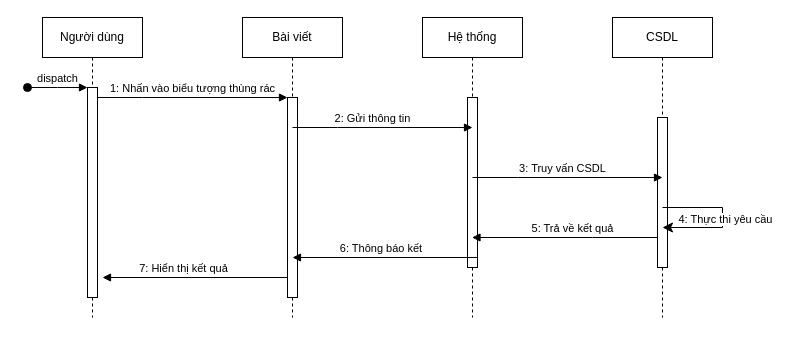
Before: page "Xoá bài" (4 of 7) of Sequence diagram.drawio in Graphene101102/Mern-app-X, a draw.io diagram. Source tidied: cells renumbered, new cells numbered last; positions are measured from the earlier drawing's top-left corner, leaving out a move shared by most shapes. Both pictures are drawn from the tidied source at 100%, with x=0, y=0 at pixel (27, 17).
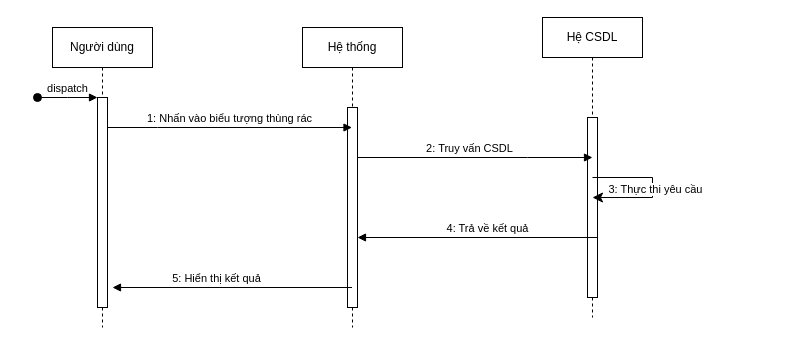
Above is the later version.

The change refers to these unchanged cells:
```xml
<mxCell id="3" style="html=1;points=[];perimeter=orthogonalPerimeter;outlineConnect=0;targetShapes=umlLifeline;portConstraint=eastwest;newEdgeStyle={&quot;edgeStyle&quot;:&quot;elbowEdgeStyle&quot;,&quot;elbow&quot;:&quot;vertical&quot;,&quot;curved&quot;:0,&quot;rounded&quot;:0};" parent="2" vertex="1">
  <mxGeometry x="45" y="70" width="10" height="210" as="geometry" />
</mxCell>
```

Change to the diagram source:
```diff
@@
     <mxCell id="2" value="Người dùng" style="shape=umlLifeline;perimeter=lifelinePerimeter;whiteSpace=wrap;html=1;newEdgeStyle={&quot;edgeStyle&quot;:&quot;elbowEdgeStyle&quot;,&quot;elbow&quot;:&quot;vertical&quot;,&quot;curved&quot;:0,&quot;rounded&quot;:0};size=40;" parent="1" vertex="1">
-      <mxGeometry x="15" width="100" height="300" as="geometry" />
+      <mxGeometry x="25" y="10" width="100" height="300" as="geometry" />
     </mxCell>
@@
-    <mxCell id="5" value="Bài viết" style="shape=umlLifeline;perimeter=lifelinePerimeter;whiteSpace=wrap;html=1;newEdgeStyle={&quot;edgeStyle&quot;:&quot;elbowEdgeStyle&quot;,&quot;elbow&quot;:&quot;vertical&quot;,&quot;curved&quot;:0,&quot;rounded&quot;:0};" parent="1" vertex="1">
-      <mxGeometry x="215" width="100" height="300" as="geometry" />
-    </mxCell>
+    <mxCell id="19" value="Hệ CSDL" style="shape=umlLifeline;perimeter=lifelinePerimeter;whiteSpace=wrap;html=1;newEdgeStyle={&quot;edgeStyle&quot;:&quot;elbowEdgeStyle&quot;,&quot;elbow&quot;:&quot;vertical&quot;,&quot;curved&quot;:0,&quot;rounded&quot;:0};" parent="1" vertex="1">
+      <mxGeometry x="515" width="100" height="300" as="geometry" />
+    </mxCell>
+    <mxCell id="20" style="html=1;perimeter=orthogonalPerimeter;targetShapes=umlLifeline;newEdgeStyle={&quot;edgeStyle&quot;:&quot;elbowEdgeStyle&quot;,&quot;elbow&quot;:&quot;vertical&quot;,&quot;curved&quot;:0,&quot;rounded&quot;:0};" parent="19" vertex="1">
+      <mxGeometry x="45" y="100" width="10" height="180" as="geometry" />
+    </mxCell>
+    <mxCell id="10" value="Hệ thống" style="shape=umlLifeline;perimeter=lifelinePerimeter;whiteSpace=wrap;html=1;outlineConnect=0;portConstraint=eastwest;newEdgeStyle={&quot;edgeStyle&quot;:&quot;elbowEdgeStyle&quot;,&quot;elbow&quot;:&quot;vertical&quot;,&quot;curved&quot;:0,&quot;rounded&quot;:0};" parent="1" vertex="1">
+      <mxGeometry x="275" y="10" width="100" height="300" as="geometry" />
+    </mxCell>
-    <mxCell id="6" style="html=1;points=[];perimeter=orthogonalPerimeter;outlineConnect=0;targetShapes=umlLifeline;portConstraint=eastwest;newEdgeStyle={&quot;edgeStyle&quot;:&quot;elbowEdgeStyle&quot;,&quot;elbow&quot;:&quot;vertical&quot;,&quot;curved&quot;:0,&quot;rounded&quot;:0};" parent="5" vertex="1">
+    <mxCell id="6" style="html=1;points=[];perimeter=orthogonalPerimeter;outlineConnect=0;targetShapes=umlLifeline;portConstraint=eastwest;newEdgeStyle={&quot;edgeStyle&quot;:&quot;elbowEdgeStyle&quot;,&quot;elbow&quot;:&quot;vertical&quot;,&quot;curved&quot;:0,&quot;rounded&quot;:0};" parent="10" vertex="1">
       <mxGeometry x="45" y="80" width="10" height="200" as="geometry" />
     </mxCell>
+    <mxCell id="21" value="4: Trả về kết quả" style="html=1;verticalAlign=bottom;endArrow=block;edgeStyle=elbowEdgeStyle;elbow=vertical;curved=0;rounded=0;" parent="1" edge="1" target="6">
+      <mxGeometry x="-0.08" relative="1" as="geometry">
+        <mxPoint x="570.5" y="220" as="sourcePoint" />
+        <Array as="points">
+          <mxPoint x="505.5" y="220" />
+        </Array>
+      </mxGeometry>
+    </mxCell>
+    <mxCell id="22" value="5: Hiển thị kết quả" style="html=1;verticalAlign=bottom;endArrow=block;edgeStyle=elbowEdgeStyle;elbow=vertical;curved=0;rounded=0;" parent="1" edge="1" source="10">
+      <mxGeometry x="0.14" relative="1" as="geometry">
+        <mxPoint x="85" y="270" as="targetPoint" />
+        <Array as="points">
+          <mxPoint x="205.5" y="270" />
+        </Array>
+        <mxPoint x="1" as="offset" />
+      </mxGeometry>
+    </mxCell>
-    <mxCell id="7" value="1: Nhấn vào biểu tượng thùng rác" style="html=1;verticalAlign=bottom;endArrow=block;edgeStyle=elbowEdgeStyle;elbow=vertical;curved=0;rounded=0;" parent="1" edge="1" source="3" target="6">
+    <mxCell id="7" value="1: Nhấn vào biểu tượng thùng rác" style="html=1;verticalAlign=bottom;endArrow=block;edgeStyle=elbowEdgeStyle;elbow=vertical;curved=0;rounded=0;" parent="1" edge="1" target="10">
       <mxGeometry relative="1" as="geometry">
+        <mxPoint x="80" y="110" as="sourcePoint" />
         <Array as="points">
-          <mxPoint x="115" y="80" />
+          <mxPoint x="130" y="110" />
         </Array>
       </mxGeometry>
     </mxCell>
-    <mxCell id="8" value="CSDL" style="shape=umlLifeline;perimeter=lifelinePerimeter;whiteSpace=wrap;html=1;newEdgeStyle={&quot;edgeStyle&quot;:&quot;elbowEdgeStyle&quot;,&quot;elbow&quot;:&quot;vertical&quot;,&quot;curved&quot;:0,&quot;rounded&quot;:0};" parent="1" vertex="1">
-      <mxGeometry x="585" width="100" height="300" as="geometry" />
-    </mxCell>
-    <mxCell id="9" style="html=1;perimeter=orthogonalPerimeter;targetShapes=umlLifeline;newEdgeStyle={&quot;edgeStyle&quot;:&quot;elbowEdgeStyle&quot;,&quot;elbow&quot;:&quot;vertical&quot;,&quot;curved&quot;:0,&quot;rounded&quot;:0};" parent="8" vertex="1">
-      <mxGeometry x="45" y="100" width="10" height="150" as="geometry" />
-    </mxCell>
-    <mxCell id="10" value="Hệ thống" style="shape=umlLifeline;perimeter=lifelinePerimeter;whiteSpace=wrap;html=1;outlineConnect=0;portConstraint=eastwest;newEdgeStyle={&quot;edgeStyle&quot;:&quot;elbowEdgeStyle&quot;,&quot;elbow&quot;:&quot;vertical&quot;,&quot;curved&quot;:0,&quot;rounded&quot;:0};" parent="1" vertex="1">
-      <mxGeometry x="395" width="100" height="300" as="geometry" />
-    </mxCell>
-    <mxCell id="11" style="html=1;perimeter=orthogonalPerimeter;targetShapes=umlLifeline;newEdgeStyle={&quot;edgeStyle&quot;:&quot;elbowEdgeStyle&quot;,&quot;elbow&quot;:&quot;vertical&quot;,&quot;curved&quot;:0,&quot;rounded&quot;:0};" parent="10" vertex="1">
-      <mxGeometry x="45" y="80" width="10" height="170" as="geometry" />
-    </mxCell>
-    <mxCell id="12" value="2: Gửi thông tin" style="html=1;verticalAlign=bottom;endArrow=block;edgeStyle=elbowEdgeStyle;elbow=vertical;curved=0;rounded=0;" parent="1" edge="1">
-      <mxGeometry x="-0.11" relative="1" as="geometry">
-        <mxPoint x="265" y="110" as="sourcePoint" />
-        <mxPoint x="445" y="110" as="targetPoint" />
-        <Array as="points">
-          <mxPoint x="310" y="110" />
-        </Array>
-      </mxGeometry>
-    </mxCell>
-    <mxCell id="13" value="3: Truy vấn CSDL" style="html=1;verticalAlign=bottom;endArrow=block;edgeStyle=elbowEdgeStyle;elbow=vertical;curved=0;rounded=0;" parent="1" edge="1">
-      <mxGeometry x="-0.05" relative="1" as="geometry">
-        <mxPoint x="445" y="160" as="sourcePoint" />
-        <mxPoint x="635" y="160" as="targetPoint" />
-        <Array as="points">
-          <mxPoint x="490" y="160" />
-        </Array>
-      </mxGeometry>
-    </mxCell>
-    <mxCell id="14" value="5: Trả về kết quả" style="html=1;verticalAlign=bottom;endArrow=block;edgeStyle=elbowEdgeStyle;elbow=vertical;curved=0;rounded=0;" parent="1" edge="1">
-      <mxGeometry x="-0.08" relative="1" as="geometry">
-        <mxPoint x="630" y="220" as="sourcePoint" />
-        <mxPoint x="444.5" y="220" as="targetPoint" />
-        <Array as="points">
-          <mxPoint x="565" y="220" />
-        </Array>
-      </mxGeometry>
-    </mxCell>
-    <mxCell id="15" value="6: Thông báo kết&amp;nbsp;" style="html=1;verticalAlign=bottom;endArrow=block;edgeStyle=elbowEdgeStyle;elbow=vertical;curved=0;rounded=0;" parent="1" edge="1">
-      <mxGeometry x="0.03" relative="1" as="geometry">
-        <mxPoint x="450.5" y="240" as="sourcePoint" />
-        <mxPoint x="265" y="240" as="targetPoint" />
-        <Array as="points">
-          <mxPoint x="385.5" y="240" />
-        </Array>
-      </mxGeometry>
-    </mxCell>
-    <mxCell id="16" value="7: Hiển thị kết quả" style="html=1;verticalAlign=bottom;endArrow=block;edgeStyle=elbowEdgeStyle;elbow=vertical;curved=0;rounded=0;" parent="1" edge="1">
-      <mxGeometry x="0.14" relative="1" as="geometry">
-        <mxPoint x="260.5" y="260" as="sourcePoint" />
-        <mxPoint x="75" y="260" as="targetPoint" />
-        <Array as="points">
-          <mxPoint x="195.5" y="260" />
-        </Array>
-        <mxPoint x="1" as="offset" />
-      </mxGeometry>
-    </mxCell>
-    <mxCell id="17" style="edgeStyle=elbowEdgeStyle;elbow=horizontal;endArrow=classic;html=1;curved=0;rounded=0;endSize=8;startSize=8;" parent="1" edge="1">
-      <mxGeometry relative="1" as="geometry">
-        <mxPoint x="635" y="190" as="sourcePoint" />
-        <mxPoint x="635" y="210" as="targetPoint" />
-        <Array as="points">
-          <mxPoint x="695" y="205" />
-        </Array>
-      </mxGeometry>
-    </mxCell>
-    <mxCell id="18" value="4: Thực thi yêu cầu" style="edgeLabel;html=1;align=center;verticalAlign=middle;" parent="17" vertex="1">
-      <mxGeometry x="-0.09" y="2" relative="1" as="geometry">
-        <mxPoint y="7" as="offset" />
-      </mxGeometry>
-    </mxCell>
+    <mxCell id="23" value="2: Truy vấn CSDL" style="html=1;verticalAlign=bottom;endArrow=block;edgeStyle=elbowEdgeStyle;elbow=vertical;curved=0;rounded=0;" parent="1" edge="1" source="6">
+      <mxGeometry x="-0.05" relative="1" as="geometry">
+        <mxPoint x="565" y="140" as="targetPoint" />
+        <Array as="points">
+          <mxPoint x="500" y="140" />
+        </Array>
+      </mxGeometry>
+    </mxCell>
+    <mxCell id="24" style="edgeStyle=elbowEdgeStyle;elbow=horizontal;endArrow=classic;html=1;curved=0;rounded=0;endSize=8;startSize=8;" parent="1" edge="1">
+      <mxGeometry relative="1" as="geometry">
+        <mxPoint x="565" y="160" as="sourcePoint" />
+        <mxPoint x="565" y="180" as="targetPoint" />
+        <Array as="points">
+          <mxPoint x="625" y="175" />
+        </Array>
+      </mxGeometry>
+    </mxCell>
+    <mxCell id="25" value="3: Thực thi yêu cầu" style="edgeLabel;html=1;align=center;verticalAlign=middle;" parent="24" vertex="1">
+      <mxGeometry x="-0.09" y="2" relative="1" as="geometry">
+        <mxPoint y="7" as="offset" />
+      </mxGeometry>
+    </mxCell>
```
